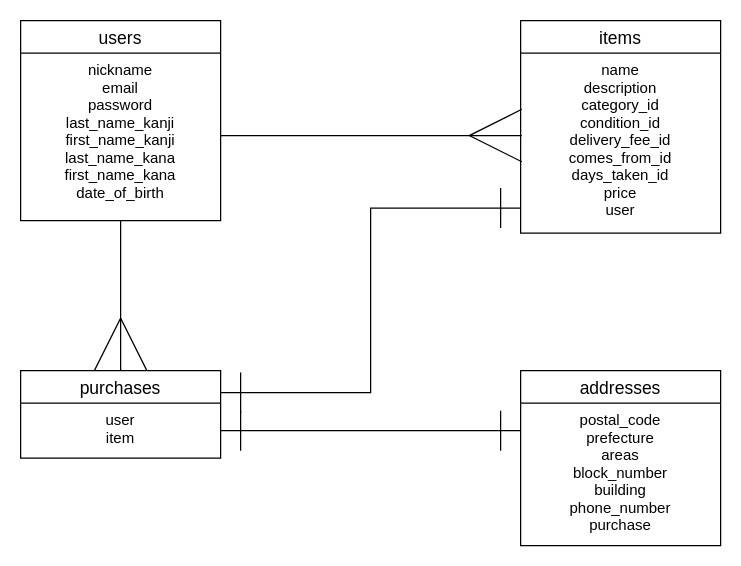
This is er.dio from 2DN/furima-33934, a draw.io file, before an edit. Source tidied: cells renumbered, new cells numbered last; positions are measured from the earlier drawing's top-left corner, leaving out a move shared by most shapes. Both pictures are drawn from the tidied source at 125%, with x=0, y=0 at pixel (20, 20).
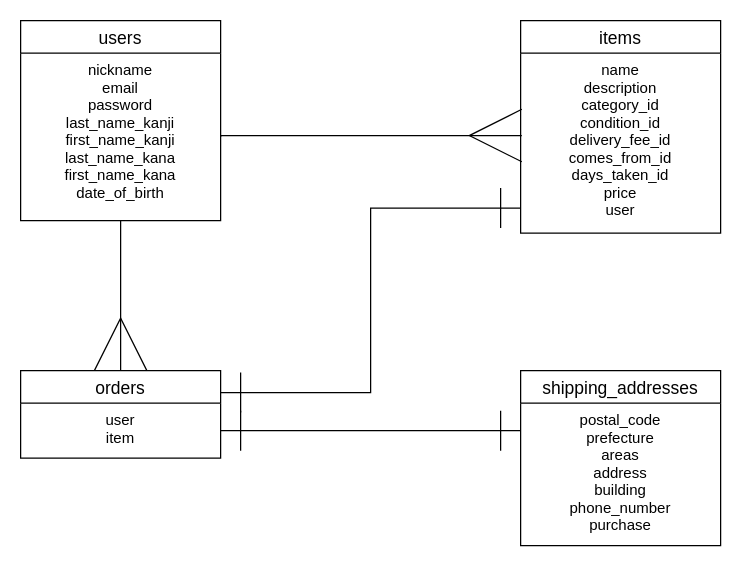
The same page after the edit.

Diff of the diagram source:
```diff
@@
 <mxGraphModel>
   <root>
     <mxCell id="0" />
     <mxCell id="1" parent="0" />
     <mxCell id="2" style="edgeStyle=orthogonalEdgeStyle;rounded=0;jettySize=auto;html=1;entryX=0.5;entryY=0;entryDx=0;entryDy=0;endArrow=ERmany;endFill=0;endSize=40;" parent="1" edge="1" source="3" target="8">
       <mxGeometry relative="1" as="geometry" />
     </mxCell>
     <mxCell id="3" value="users" style="swimlane;fontStyle=0;horizontal=1;startSize=26;align=center;fontSize=14;" parent="1" vertex="1">
       <mxGeometry width="160" height="160" as="geometry" />
     </mxCell>
     <mxCell id="4" value="nickname&#10;email&#10;password&#10;last_name_kanji&#10;first_name_kanji&#10;last_name_kana&#10;first_name_kana&#10;date_of_birth" style="text;strokeColor=none;fillColor=none;spacingLeft=4;spacingRight=4;overflow=hidden;points=[[0,0.5],[1,0.5]];portConstraint=eastwest;fontSize=12;align=center;" parent="3" vertex="1">
       <mxGeometry y="26" width="160" height="134" as="geometry" />
     </mxCell>
     <mxCell id="5" value="items" style="swimlane;fontStyle=0;horizontal=1;startSize=26;align=center;fontSize=14;" parent="1" vertex="1">
       <mxGeometry x="400" width="160" height="170" as="geometry" />
     </mxCell>
     <mxCell id="6" value="name&#10;description&#10;category_id&#10;condition_id&#10;delivery_fee_id&#10;comes_from_id&#10;days_taken_id&#10;price&#10;user" style="text;strokeColor=none;fillColor=none;spacingLeft=4;spacingRight=4;overflow=hidden;points=[[0,0.5],[1,0.5]];portConstraint=eastwest;fontSize=12;align=center;" parent="5" vertex="1">
       <mxGeometry y="26" width="160" height="144" as="geometry" />
     </mxCell>
     <mxCell id="7" style="edgeStyle=orthogonalEdgeStyle;rounded=0;jettySize=auto;html=1;exitX=1;exitY=0.25;exitDx=0;exitDy=0;entryX=0;entryY=0.861;entryDx=0;entryDy=0;entryPerimeter=0;startArrow=ERone;startFill=0;startSize=30;endArrow=ERone;endFill=0;endSize=30;" parent="1" edge="1" source="8" target="6">
       <mxGeometry relative="1" as="geometry" />
     </mxCell>
-    <mxCell id="8" value="purchases" style="swimlane;fontStyle=0;horizontal=1;startSize=26;align=center;fontSize=14;" parent="1" vertex="1">
+    <mxCell id="8" value="orders" style="swimlane;fontStyle=0;horizontal=1;startSize=26;align=center;fontSize=14;" parent="1" vertex="1">
       <mxGeometry y="280" width="160" height="70" as="geometry" />
     </mxCell>
     <mxCell id="9" value="user&#10;item" style="text;strokeColor=none;fillColor=none;spacingLeft=4;spacingRight=4;overflow=hidden;points=[[0,0.5],[1,0.5]];portConstraint=eastwest;fontSize=12;align=center;" parent="8" vertex="1">
       <mxGeometry y="26" width="160" height="44" as="geometry" />
     </mxCell>
-    <mxCell id="10" value="addresses" style="swimlane;fontStyle=0;horizontal=1;startSize=26;align=center;fontSize=14;" parent="1" vertex="1">
+    <mxCell id="10" value="shipping_addresses" style="swimlane;fontStyle=0;horizontal=1;startSize=26;align=center;fontSize=14;" parent="1" vertex="1">
       <mxGeometry x="400" y="280" width="160" height="140" as="geometry" />
     </mxCell>
-    <mxCell id="11" value="postal_code&#10;prefecture&#10;areas&#10;block_number&#10;building&#10;phone_number&#10;purchase" style="text;strokeColor=none;fillColor=none;spacingLeft=4;spacingRight=4;overflow=hidden;fontSize=12;align=center;" parent="10" vertex="1">
+    <mxCell id="11" value="postal_code&#10;prefecture&#10;areas&#10;address&#10;building&#10;phone_number&#10;purchase" style="text;strokeColor=none;fillColor=none;spacingLeft=4;spacingRight=4;overflow=hidden;fontSize=12;align=center;" parent="10" vertex="1">
       <mxGeometry y="26" width="160" height="114" as="geometry" />
     </mxCell>
     <mxCell id="12" style="edgeStyle=orthogonalEdgeStyle;rounded=0;jettySize=auto;html=1;exitX=1;exitY=0.5;exitDx=0;exitDy=0;entryX=0.006;entryY=0.458;entryDx=0;entryDy=0;entryPerimeter=0;endArrow=ERmany;endFill=0;endSize=40;" parent="1" edge="1" source="4" target="6">
       <mxGeometry relative="1" as="geometry">
         <Array as="points">
           <mxPoint x="160" y="92" />
         </Array>
       </mxGeometry>
     </mxCell>
     <mxCell id="13" style="edgeStyle=orthogonalEdgeStyle;rounded=0;jettySize=auto;html=1;exitX=1;exitY=0.5;exitDx=0;exitDy=0;endArrow=ERone;endFill=0;endSize=30;startArrow=ERone;startFill=0;startSize=30;" parent="1" edge="1" source="9">
       <mxGeometry relative="1" as="geometry">
         <mxPoint x="400" y="328" as="targetPoint" />
       </mxGeometry>
     </mxCell>
   </root>
 </mxGraphModel>
```
